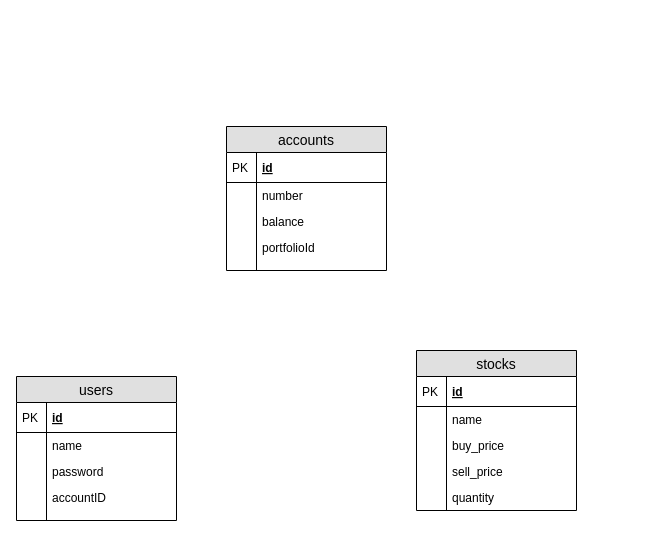
The draw.io diagram Project_Docs/ER-Diagram-CAS.drawio in anilgauda/trading-platform, before the edit. Source tidied: cells renumbered, new cells numbered last; positions are measured from the earlier drawing's top-left corner, leaving out a move shared by most shapes. Both pictures are drawn from the tidied source at 100%, with x=0, y=0 at pixel (16, 126).
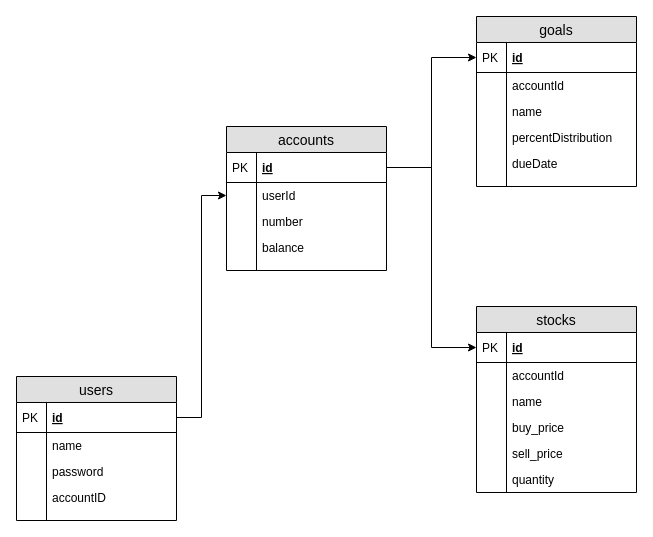
The same page after the edit.

The change refers to these unchanged cells:
```xml
<mxCell id="3" value="id" style="shape=partialRectangle;top=0;left=0;right=0;bottom=1;align=left;verticalAlign=middle;fillColor=none;spacingLeft=34;spacingRight=4;overflow=hidden;points=[[0,0.5],[1,0.5]];portConstraint=eastwest;fontStyle=5;fontSize=12;" parent="2" vertex="1">
  <mxGeometry y="26" width="160" height="30" as="geometry" />
</mxCell>
<mxCell id="13" value="accounts" style="swimlane;fontStyle=0;horizontal=1;startSize=26;fillColor=#e0e0e0;swimlaneFillColor=#ffffff;align=center;fontSize=14;" parent="1" vertex="1">
  <mxGeometry x="210" width="160" height="144" as="geometry" />
</mxCell>
<mxCell id="14" value="id" style="shape=partialRectangle;top=0;left=0;right=0;bottom=1;align=left;verticalAlign=middle;fillColor=none;spacingLeft=34;spacingRight=4;overflow=hidden;points=[[0,0.5],[1,0.5]];portConstraint=eastwest;fontStyle=5;fontSize=12;" parent="13" vertex="1">
  <mxGeometry y="26" width="160" height="30" as="geometry" />
</mxCell>
<mxCell id="25" value="id" style="shape=partialRectangle;top=0;left=0;right=0;bottom=1;align=left;verticalAlign=middle;fillColor=none;spacingLeft=34;spacingRight=4;overflow=hidden;points=[[0,0.5],[1,0.5]];portConstraint=eastwest;fontStyle=5;fontSize=12;" parent="24" vertex="1">
  <mxGeometry y="26" width="160" height="30" as="geometry" />
</mxCell>
```

What changed in the source:
```diff
@@
-    <mxCell id="16" value="number" style="shape=partialRectangle;top=0;left=0;right=0;bottom=0;align=left;verticalAlign=top;fillColor=none;spacingLeft=34;spacingRight=4;overflow=hidden;points=[[0,0.5],[1,0.5]];portConstraint=eastwest;fontSize=12;" parent="13" vertex="1">
+    <mxCell id="16" value="userId" style="shape=partialRectangle;top=0;left=0;right=0;bottom=0;align=left;verticalAlign=top;fillColor=none;spacingLeft=34;spacingRight=4;overflow=hidden;points=[[0,0.5],[1,0.5]];portConstraint=eastwest;fontSize=12;" parent="13" vertex="1">
       <mxGeometry y="56" width="160" height="26" as="geometry" />
     </mxCell>
@@
-    <mxCell id="18" value="balance" style="shape=partialRectangle;top=0;left=0;right=0;bottom=0;align=left;verticalAlign=top;fillColor=none;spacingLeft=34;spacingRight=4;overflow=hidden;fontSize=12;" parent="13" vertex="1">
+    <mxCell id="18" value="number" style="shape=partialRectangle;top=0;left=0;right=0;bottom=0;align=left;verticalAlign=top;fillColor=none;spacingLeft=34;spacingRight=4;overflow=hidden;fontSize=12;" parent="13" vertex="1">
       <mxGeometry y="82" width="160" height="26" as="geometry" />
     </mxCell>
@@
-    <mxCell id="20" value="portfolioId" style="shape=partialRectangle;top=0;left=0;right=0;bottom=0;align=left;verticalAlign=top;fillColor=none;spacingLeft=34;spacingRight=4;overflow=hidden;fontSize=12;" parent="13" vertex="1">
+    <mxCell id="20" value="balance" style="shape=partialRectangle;top=0;left=0;right=0;bottom=0;align=left;verticalAlign=top;fillColor=none;spacingLeft=34;spacingRight=4;overflow=hidden;fontSize=12;" parent="13" vertex="1">
       <mxGeometry y="108" width="160" height="26" as="geometry" />
     </mxCell>
@@
+    <mxCell id="35" style="edgeStyle=orthogonalEdgeStyle;rounded=0;jettySize=auto;html=1;exitX=1;exitY=0.5;exitDx=0;exitDy=0;entryX=0;entryY=0.5;entryDx=0;entryDy=0;" parent="1" edge="1" source="3" target="16">
+      <mxGeometry relative="1" as="geometry" />
+    </mxCell>
     <mxCell id="24" value="stocks" style="swimlane;fontStyle=0;horizontal=1;startSize=26;fillColor=#e0e0e0;swimlaneFillColor=#ffffff;align=center;fontSize=14;" parent="1" vertex="1">
-      <mxGeometry x="400" y="224" width="160" height="160" as="geometry" />
+      <mxGeometry x="460" y="180" width="160" height="186" as="geometry" />
     </mxCell>
@@
+    <mxCell id="33" value="accountId" style="shape=partialRectangle;top=0;left=0;right=0;bottom=0;align=left;verticalAlign=top;fillColor=none;spacingLeft=34;spacingRight=4;overflow=hidden;fontSize=12;" parent="24" vertex="1">
+      <mxGeometry y="56" width="160" height="26" as="geometry" />
+    </mxCell>
+    <mxCell id="34" style="shape=partialRectangle;top=0;left=0;bottom=0;fillColor=none;align=left;verticalAlign=top;spacingLeft=4;spacingRight=4;overflow=hidden;fontSize=12;" parent="33" vertex="1">
+      <mxGeometry width="30" height="26" as="geometry" />
+    </mxCell>
     <mxCell id="27" value="name" style="shape=partialRectangle;top=0;left=0;right=0;bottom=0;align=left;verticalAlign=top;fillColor=none;spacingLeft=34;spacingRight=4;overflow=hidden;fontSize=12;" parent="24" vertex="1">
-      <mxGeometry y="56" width="160" height="26" as="geometry" />
+      <mxGeometry y="82" width="160" height="26" as="geometry" />
     </mxCell>
@@
     <mxCell id="29" value="buy_price" style="shape=partialRectangle;top=0;left=0;right=0;bottom=0;align=left;verticalAlign=top;fillColor=none;spacingLeft=34;spacingRight=4;overflow=hidden;fontSize=12;" parent="24" vertex="1">
-      <mxGeometry y="82" width="160" height="26" as="geometry" />
+      <mxGeometry y="108" width="160" height="26" as="geometry" />
     </mxCell>
@@
     <mxCell id="31" value="sell_price" style="shape=partialRectangle;top=0;left=0;right=0;bottom=0;align=left;verticalAlign=top;fillColor=none;spacingLeft=34;spacingRight=4;overflow=hidden;fontSize=12;" parent="24" vertex="1">
-      <mxGeometry y="108" width="160" height="26" as="geometry" />
+      <mxGeometry y="134" width="160" height="26" as="geometry" />
     </mxCell>
@@
-    <mxCell id="33" value="quantity" style="shape=partialRectangle;top=0;left=0;right=0;bottom=0;align=left;verticalAlign=top;fillColor=none;spacingLeft=34;spacingRight=4;overflow=hidden;fontSize=12;" parent="24" vertex="1">
-      <mxGeometry y="134" width="160" height="26" as="geometry" />
-    </mxCell>
-    <mxCell id="34" style="shape=partialRectangle;top=0;left=0;bottom=0;fillColor=none;align=left;verticalAlign=top;spacingLeft=4;spacingRight=4;overflow=hidden;fontSize=12;" parent="33" vertex="1">
-      <mxGeometry width="30" height="26" as="geometry" />
-    </mxCell>
+    <mxCell id="36" value="quantity" style="shape=partialRectangle;top=0;left=0;right=0;bottom=0;align=left;verticalAlign=top;fillColor=none;spacingLeft=34;spacingRight=4;overflow=hidden;fontSize=12;" parent="24" vertex="1">
+      <mxGeometry y="160" width="160" height="26" as="geometry" />
+    </mxCell>
+    <mxCell id="37" style="shape=partialRectangle;top=0;left=0;bottom=0;fillColor=none;align=left;verticalAlign=top;spacingLeft=4;spacingRight=4;overflow=hidden;fontSize=12;" parent="36" vertex="1">
+      <mxGeometry width="30" height="26" as="geometry" />
+    </mxCell>
+    <mxCell id="38" style="edgeStyle=orthogonalEdgeStyle;rounded=0;jettySize=auto;html=1;exitX=1;exitY=0.5;exitDx=0;exitDy=0;entryX=0;entryY=0.5;entryDx=0;entryDy=0;" parent="1" edge="1" source="14" target="25">
+      <mxGeometry relative="1" as="geometry" />
+    </mxCell>
+    <mxCell id="39" value="goals" style="swimlane;fontStyle=0;horizontal=1;startSize=26;fillColor=#e0e0e0;swimlaneFillColor=#ffffff;align=center;fontSize=14;" parent="1" vertex="1">
+      <mxGeometry x="460" y="-110" width="160" height="170" as="geometry" />
+    </mxCell>
+    <mxCell id="40" value="id" style="shape=partialRectangle;top=0;left=0;right=0;bottom=1;align=left;verticalAlign=middle;fillColor=none;spacingLeft=34;spacingRight=4;overflow=hidden;points=[[0,0.5],[1,0.5]];portConstraint=eastwest;fontStyle=5;fontSize=12;" parent="39" vertex="1">
+      <mxGeometry y="26" width="160" height="30" as="geometry" />
+    </mxCell>
+    <mxCell id="41" value="PK" style="shape=partialRectangle;top=0;left=0;bottom=0;fillColor=none;align=left;verticalAlign=middle;spacingLeft=4;spacingRight=4;overflow=hidden;fontSize=12;" parent="40" vertex="1">
+      <mxGeometry width="30" height="30" as="geometry" />
+    </mxCell>
+    <mxCell id="42" value="accountId" style="shape=partialRectangle;top=0;left=0;right=0;bottom=0;align=left;verticalAlign=top;fillColor=none;spacingLeft=34;spacingRight=4;overflow=hidden;fontSize=12;" parent="39" vertex="1">
+      <mxGeometry y="56" width="160" height="26" as="geometry" />
+    </mxCell>
+    <mxCell id="43" style="shape=partialRectangle;top=0;left=0;bottom=0;fillColor=none;align=left;verticalAlign=top;spacingLeft=4;spacingRight=4;overflow=hidden;fontSize=12;" parent="42" vertex="1">
+      <mxGeometry width="30" height="26" as="geometry" />
+    </mxCell>
+    <mxCell id="44" value="name" style="shape=partialRectangle;top=0;left=0;right=0;bottom=0;align=left;verticalAlign=top;fillColor=none;spacingLeft=34;spacingRight=4;overflow=hidden;fontSize=12;" parent="39" vertex="1">
+      <mxGeometry y="82" width="160" height="26" as="geometry" />
+    </mxCell>
+    <mxCell id="45" style="shape=partialRectangle;top=0;left=0;bottom=0;fillColor=none;align=left;verticalAlign=top;spacingLeft=4;spacingRight=4;overflow=hidden;fontSize=12;" parent="44" vertex="1">
+      <mxGeometry width="30" height="26" as="geometry" />
+    </mxCell>
+    <mxCell id="46" value="percentDistribution" style="shape=partialRectangle;top=0;left=0;right=0;bottom=0;align=left;verticalAlign=top;fillColor=none;spacingLeft=34;spacingRight=4;overflow=hidden;fontSize=12;" parent="39" vertex="1">
+      <mxGeometry y="108" width="160" height="26" as="geometry" />
+    </mxCell>
+    <mxCell id="47" style="shape=partialRectangle;top=0;left=0;bottom=0;fillColor=none;align=left;verticalAlign=top;spacingLeft=4;spacingRight=4;overflow=hidden;fontSize=12;" parent="46" vertex="1">
+      <mxGeometry width="30" height="26" as="geometry" />
+    </mxCell>
+    <mxCell id="48" value="dueDate" style="shape=partialRectangle;top=0;left=0;right=0;bottom=0;align=left;verticalAlign=top;fillColor=none;spacingLeft=34;spacingRight=4;overflow=hidden;fontSize=12;" parent="39" vertex="1">
+      <mxGeometry y="134" width="160" height="26" as="geometry" />
+    </mxCell>
+    <mxCell id="49" style="shape=partialRectangle;top=0;left=0;bottom=0;fillColor=none;align=left;verticalAlign=top;spacingLeft=4;spacingRight=4;overflow=hidden;fontSize=12;" parent="48" vertex="1">
+      <mxGeometry width="30" height="26" as="geometry" />
+    </mxCell>
+    <mxCell id="50" style="shape=partialRectangle;top=0;left=0;right=0;bottom=0;align=left;verticalAlign=top;fillColor=none;spacingLeft=34;spacingRight=4;overflow=hidden;fontSize=12;" parent="39" vertex="1">
+      <mxGeometry y="160" width="160" height="10" as="geometry" />
+    </mxCell>
+    <mxCell id="51" style="shape=partialRectangle;top=0;left=0;bottom=0;fillColor=none;align=left;verticalAlign=top;spacingLeft=4;spacingRight=4;overflow=hidden;fontSize=12;" parent="50" vertex="1">
+      <mxGeometry width="30" height="10" as="geometry" />
+    </mxCell>
+    <mxCell id="52" style="edgeStyle=orthogonalEdgeStyle;rounded=0;jettySize=auto;html=1;exitX=1;exitY=0.5;exitDx=0;exitDy=0;entryX=0;entryY=0.5;entryDx=0;entryDy=0;" parent="1" edge="1" source="14" target="40">
+      <mxGeometry relative="1" as="geometry" />
+    </mxCell>
```
